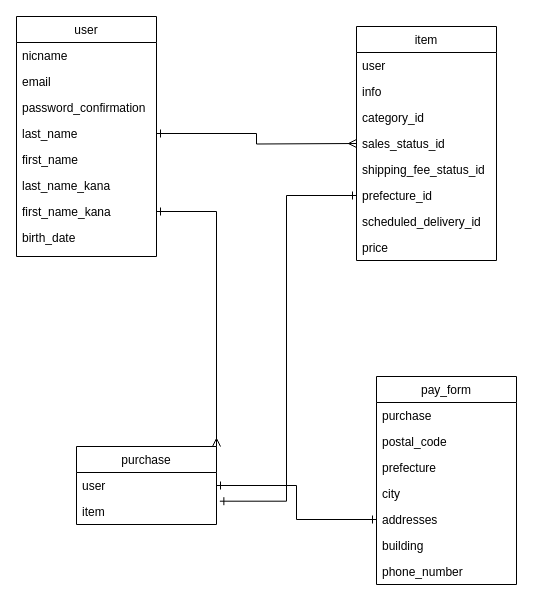
Before: frima.dio in calcium840mg/furima-36132, a draw.io diagram. Source tidied: cells renumbered, new cells numbered last; positions are measured from the earlier drawing's top-left corner, leaving out a move shared by most shapes. Both pictures are drawn from the tidied source at 100%, with x=0, y=0 at pixel (16, 16).
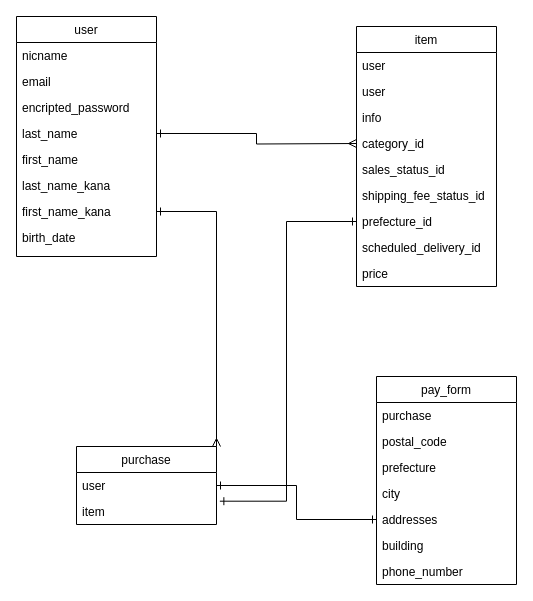
The same page after the edit.

The change refers to these unchanged cells:
```xml
<mxCell id="2" value="user" style="swimlane;fontStyle=0;horizontal=1;startSize=26;" parent="1" vertex="1">
  <mxGeometry width="140" height="240" as="geometry" />
</mxCell>
```

The edit, as a diff of the source:
```diff
@@
+    <mxCell id="35" value="email" style="text;strokeColor=none;fillColor=none;align=left;verticalAlign=top;spacingLeft=4;spacingRight=4;overflow=hidden;" parent="2" vertex="1">
+      <mxGeometry y="52" width="140" height="26" as="geometry" />
+    </mxCell>
-    <mxCell id="4" value="email" style="text;strokeColor=none;fillColor=none;align=left;verticalAlign=top;spacingLeft=4;spacingRight=4;overflow=hidden;" parent="2" vertex="1">
-      <mxGeometry y="52" width="140" height="26" as="geometry" />
+    <mxCell id="4" value="encripted_password" style="text;strokeColor=none;fillColor=none;align=left;verticalAlign=top;spacingLeft=4;spacingRight=4;overflow=hidden;" parent="2" vertex="1">
+      <mxGeometry y="78" width="140" height="26" as="geometry" />
     </mxCell>
-    <mxCell id="5" value="password_confirmation" style="text;strokeColor=none;fillColor=none;align=left;verticalAlign=top;spacingLeft=4;spacingRight=4;overflow=hidden;" parent="2" vertex="1">
-      <mxGeometry y="78" width="140" height="26" as="geometry" />
-    </mxCell>
@@
     <mxCell id="11" value="item" style="swimlane;fontStyle=0;horizontal=1;startSize=26;" parent="1" vertex="1">
-      <mxGeometry x="340" y="10" width="140" height="234" as="geometry" />
+      <mxGeometry x="340" y="10" width="140" height="260" as="geometry" />
     </mxCell>
+    <mxCell id="36" value="user" style="text;strokeColor=none;fillColor=none;align=left;verticalAlign=top;spacingLeft=4;spacingRight=4;overflow=hidden;" parent="11" vertex="1">
+      <mxGeometry y="26" width="140" height="26" as="geometry" />
+    </mxCell>
     <mxCell id="12" value="user" style="text;strokeColor=none;fillColor=none;align=left;verticalAlign=top;spacingLeft=4;spacingRight=4;overflow=hidden;" parent="11" vertex="1">
-      <mxGeometry y="26" width="140" height="26" as="geometry" />
+      <mxGeometry y="52" width="140" height="26" as="geometry" />
     </mxCell>
     <mxCell id="13" value="info" style="text;strokeColor=none;fillColor=none;align=left;verticalAlign=top;spacingLeft=4;spacingRight=4;overflow=hidden;" parent="11" vertex="1">
-      <mxGeometry y="52" width="140" height="26" as="geometry" />
+      <mxGeometry y="78" width="140" height="26" as="geometry" />
     </mxCell>
     <mxCell id="14" value="category_id" style="text;strokeColor=none;fillColor=none;align=left;verticalAlign=top;spacingLeft=4;spacingRight=4;overflow=hidden;" parent="11" vertex="1">
-      <mxGeometry y="78" width="140" height="26" as="geometry" />
+      <mxGeometry y="104" width="140" height="26" as="geometry" />
     </mxCell>
     <mxCell id="15" value="sales_status_id" style="text;strokeColor=none;fillColor=none;align=left;verticalAlign=top;spacingLeft=4;spacingRight=4;overflow=hidden;" parent="11" vertex="1">
-      <mxGeometry y="104" width="140" height="26" as="geometry" />
+      <mxGeometry y="130" width="140" height="26" as="geometry" />
     </mxCell>
     <mxCell id="16" value="shipping_fee_status_id" style="text;strokeColor=none;fillColor=none;align=left;verticalAlign=top;spacingLeft=4;spacingRight=4;overflow=hidden;" parent="11" vertex="1">
-      <mxGeometry y="130" width="140" height="26" as="geometry" />
+      <mxGeometry y="156" width="140" height="26" as="geometry" />
     </mxCell>
     <mxCell id="17" value="prefecture_id" style="text;strokeColor=none;fillColor=none;align=left;verticalAlign=top;spacingLeft=4;spacingRight=4;overflow=hidden;points=[[0,0.5],[1,0.5]];portConstraint=eastwest;" parent="11" vertex="1">
-      <mxGeometry y="156" width="140" height="26" as="geometry" />
+      <mxGeometry y="182" width="140" height="26" as="geometry" />
     </mxCell>
     <mxCell id="18" value="scheduled_delivery_id" style="text;strokeColor=none;fillColor=none;align=left;verticalAlign=top;spacingLeft=4;spacingRight=4;overflow=hidden;" parent="11" vertex="1">
-      <mxGeometry y="182" width="140" height="26" as="geometry" />
+      <mxGeometry y="208" width="140" height="26" as="geometry" />
     </mxCell>
     <mxCell id="19" value="price" style="text;strokeColor=none;fillColor=none;align=left;verticalAlign=top;spacingLeft=4;spacingRight=4;overflow=hidden;" parent="11" vertex="1">
-      <mxGeometry y="208" width="140" height="26" as="geometry" />
+      <mxGeometry y="234" width="140" height="26" as="geometry" />
     </mxCell>
```
